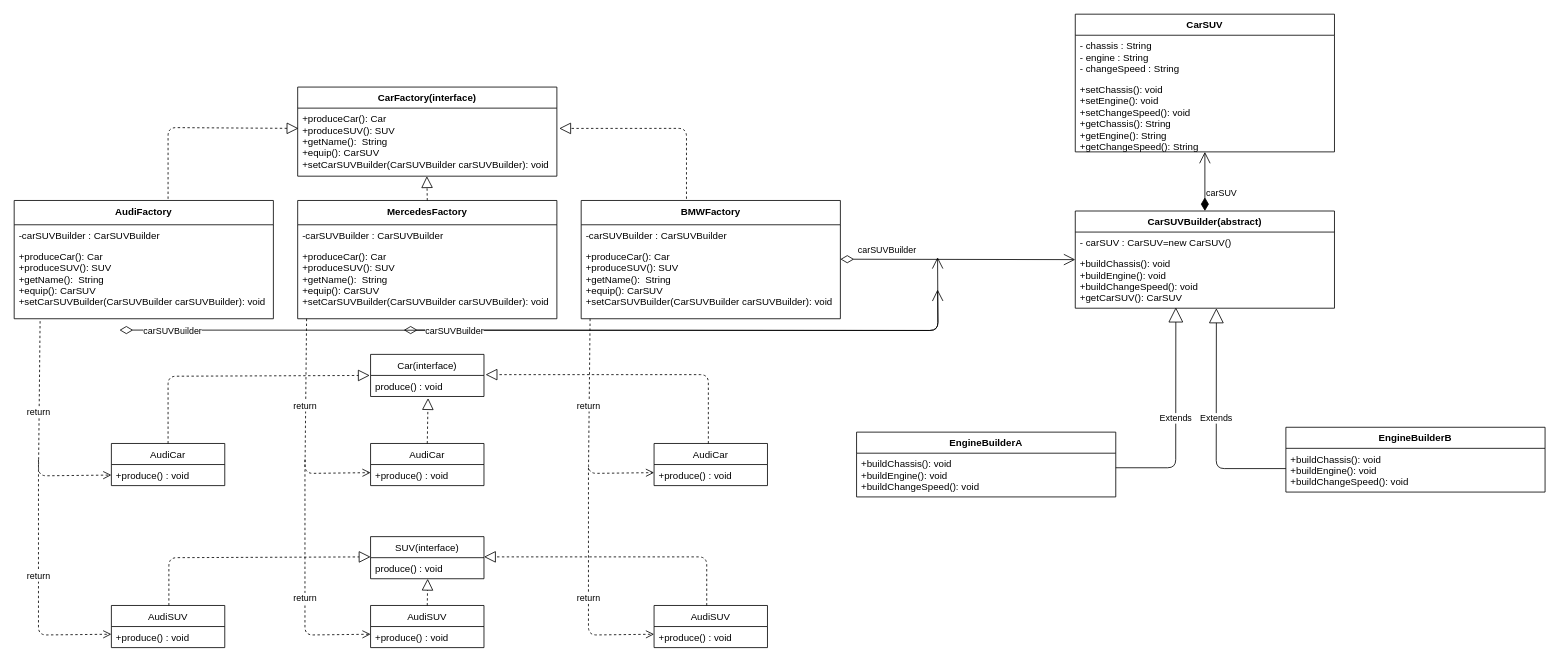
Above: Untitled Diagram.drawio in lzk20182000/lzk_Android (draw.io), before the change. Source tidied: cells renumbered, new cells numbered last; positions are measured from the earlier drawing's top-left corner, leaving out a move shared by most shapes. Both pictures are drawn from the tidied source at 81%, with x=0, y=0 at pixel (14, 14).
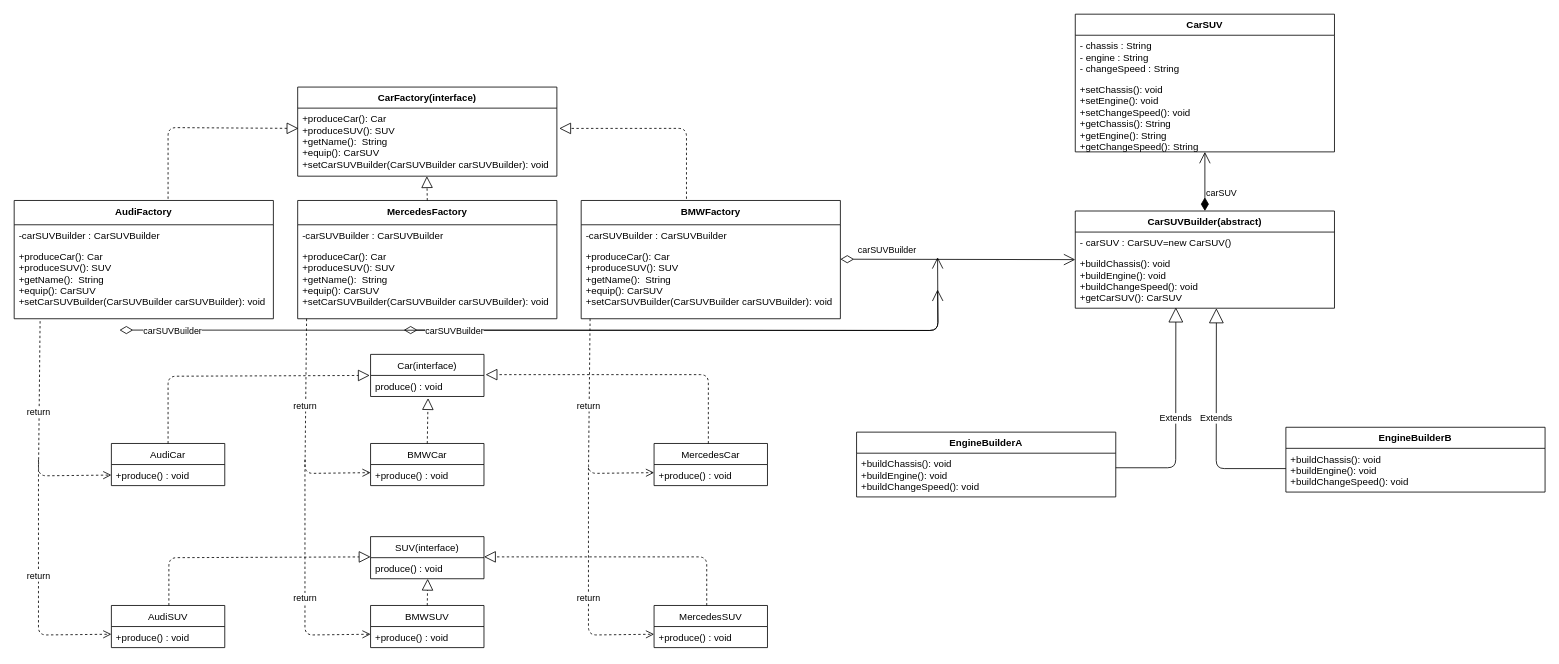
After the change.

Change to the diagram source:
```diff
@@
-    <mxCell id="26" value="AudiCar" style="swimlane;fontStyle=0;horizontal=1;startSize=26;fillColor=none;" parent="1" vertex="1">
+    <mxCell id="26" value="BMWCar" style="swimlane;fontStyle=0;horizontal=1;startSize=26;fillColor=none;" parent="1" vertex="1">
       <mxGeometry x="440" y="530" width="140" height="52" as="geometry" />
     </mxCell>
@@
-    <mxCell id="28" value="AudiCar" style="swimlane;fontStyle=0;horizontal=1;startSize=26;fillColor=none;" parent="1" vertex="1">
+    <mxCell id="28" value="MercedesCar" style="swimlane;fontStyle=0;horizontal=1;startSize=26;fillColor=none;" parent="1" vertex="1">
       <mxGeometry x="790" y="530" width="140" height="52" as="geometry" />
     </mxCell>
@@
-    <mxCell id="32" value="AudiSUV" style="swimlane;fontStyle=0;horizontal=1;startSize=26;fillColor=none;" parent="1" vertex="1">
+    <mxCell id="32" value="MercedesSUV" style="swimlane;fontStyle=0;horizontal=1;startSize=26;fillColor=none;" parent="1" vertex="1">
       <mxGeometry x="790" y="730" width="140" height="52" as="geometry" />
     </mxCell>
@@
-    <mxCell id="34" value="AudiSUV" style="swimlane;fontStyle=0;horizontal=1;startSize=26;fillColor=none;" parent="1" vertex="1">
+    <mxCell id="34" value="BMWSUV" style="swimlane;fontStyle=0;horizontal=1;startSize=26;fillColor=none;" parent="1" vertex="1">
       <mxGeometry x="440" y="730" width="140" height="52" as="geometry" />
     </mxCell>
```
